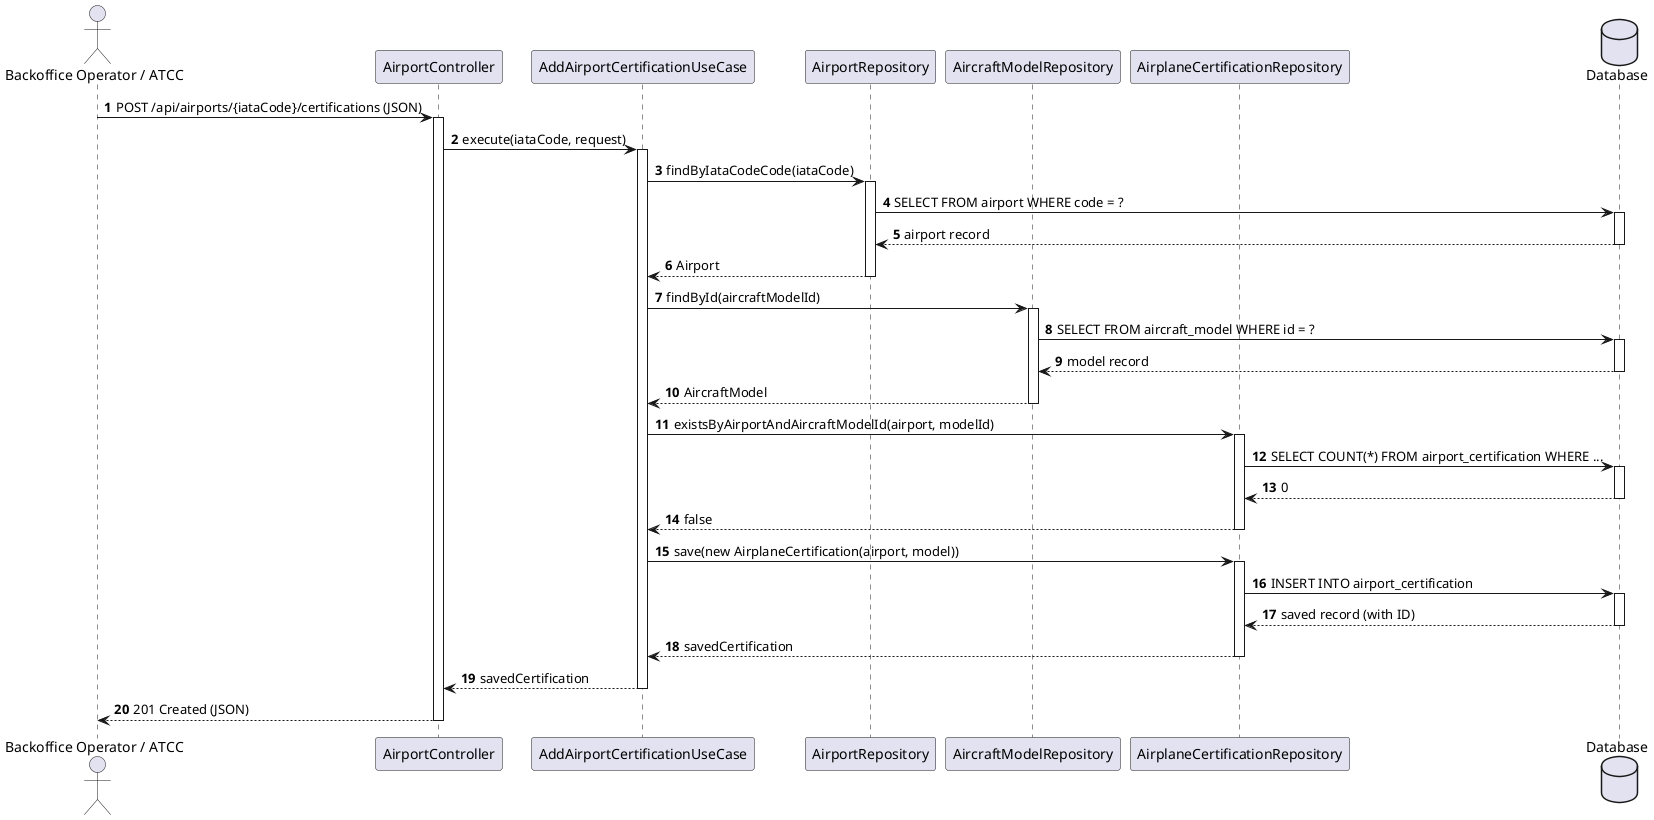
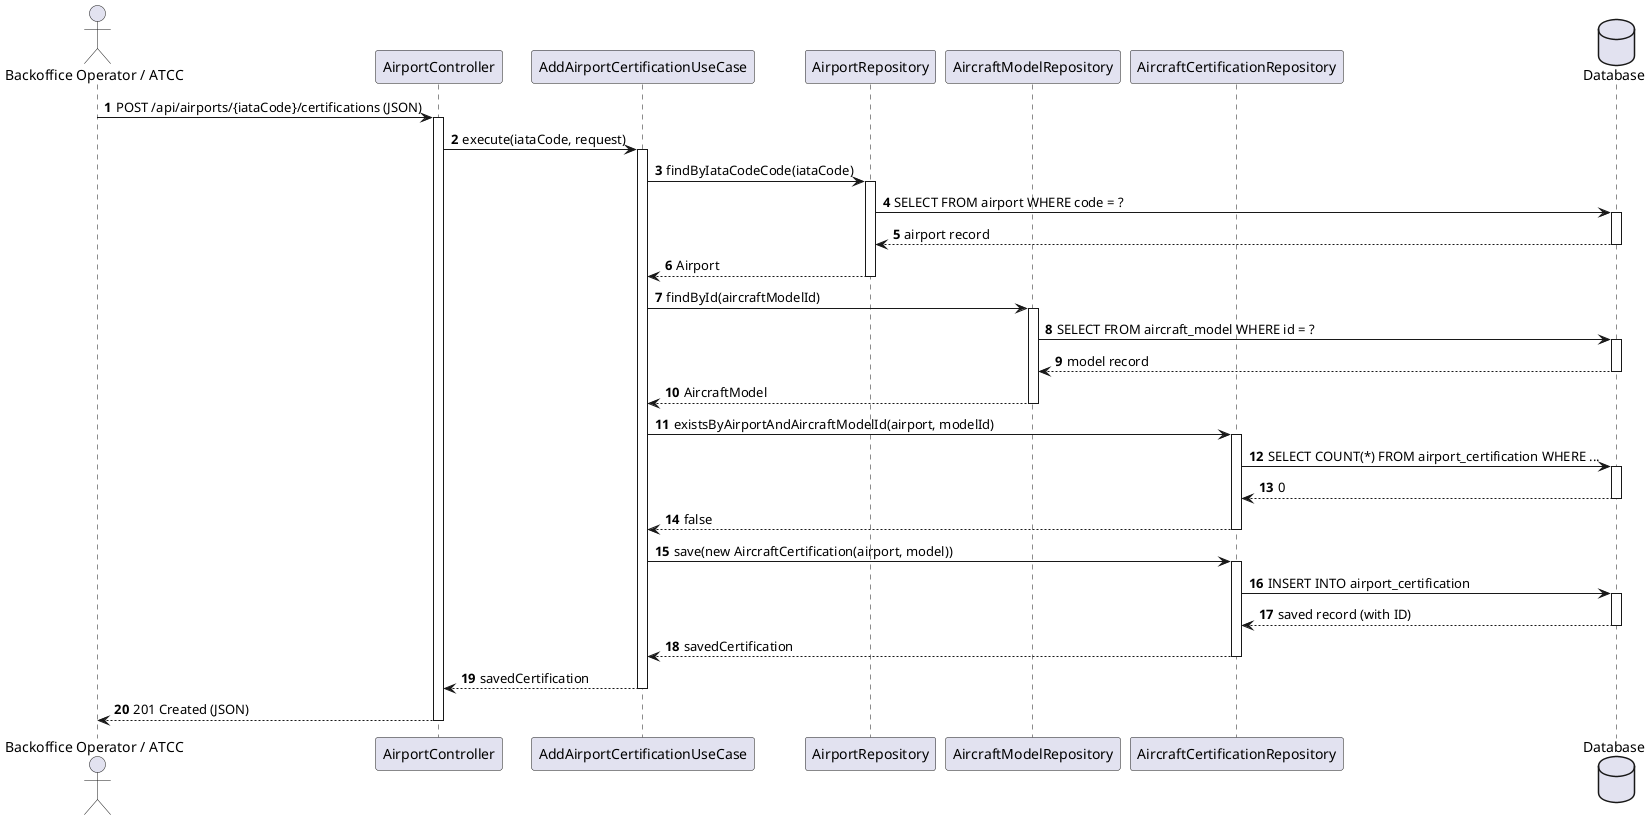
@startuml
autonumber
actor "Backoffice Operator / ATCC" as Actor
participant "AirportController" as Ctrl
participant "AddAirportCertificationUseCase" as UC
participant "AirportRepository" as AirportRepo
participant "AircraftModelRepository" as ModelRepo
- participant "AirplaneCertificationRepository" as CertRepo
+ participant "AircraftCertificationRepository" as CertRepo
database "Database" as DB

Actor -> Ctrl : POST /api/airports/{iataCode}/certifications (JSON)
activate Ctrl

Ctrl -> UC : execute(iataCode, request)
activate UC

UC -> AirportRepo : findByIataCodeCode(iataCode)
activate AirportRepo
AirportRepo -> DB : SELECT FROM airport WHERE code = ?
activate DB
DB --> AirportRepo : airport record
deactivate DB
AirportRepo --> UC : Airport
deactivate AirportRepo

UC -> ModelRepo : findById(aircraftModelId)
activate ModelRepo
ModelRepo -> DB : SELECT FROM aircraft_model WHERE id = ?
activate DB
DB --> ModelRepo : model record
deactivate DB
ModelRepo --> UC : AircraftModel
deactivate ModelRepo

UC -> CertRepo : existsByAirportAndAircraftModelId(airport, modelId)
activate CertRepo
CertRepo -> DB : SELECT COUNT(*) FROM airport_certification WHERE ...
activate DB
DB --> CertRepo : 0
deactivate DB
CertRepo --> UC : false
deactivate CertRepo

- UC -> CertRepo : save(new AirplaneCertification(airport, model))
+ UC -> CertRepo : save(new AircraftCertification(airport, model))
activate CertRepo
CertRepo -> DB : INSERT INTO airport_certification
activate DB
DB --> CertRepo : saved record (with ID)
deactivate DB
CertRepo --> UC : savedCertification
deactivate CertRepo

UC --> Ctrl : savedCertification
deactivate UC

Ctrl --> Actor : 201 Created (JSON)
deactivate Ctrl
@enduml
